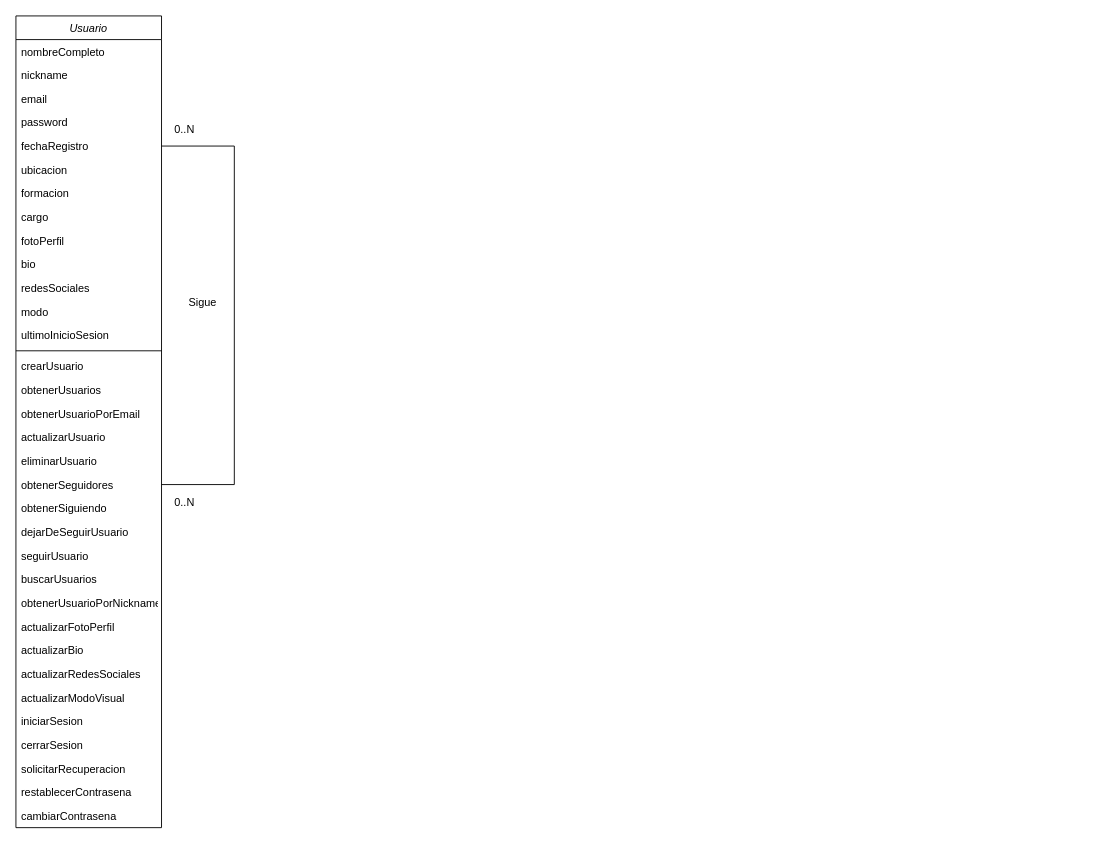
Above: backend/src/other/molamazogames.drawio in AntonioMasM/MoLaMaZoGAMES (draw.io), before the change. Source tidied: cells renumbered, new cells numbered last; positions are measured from the earlier drawing's top-left corner, leaving out a move shared by most shapes. Both pictures are drawn from the tidied source at 91%, with x=0, y=0 at pixel (15, 15).
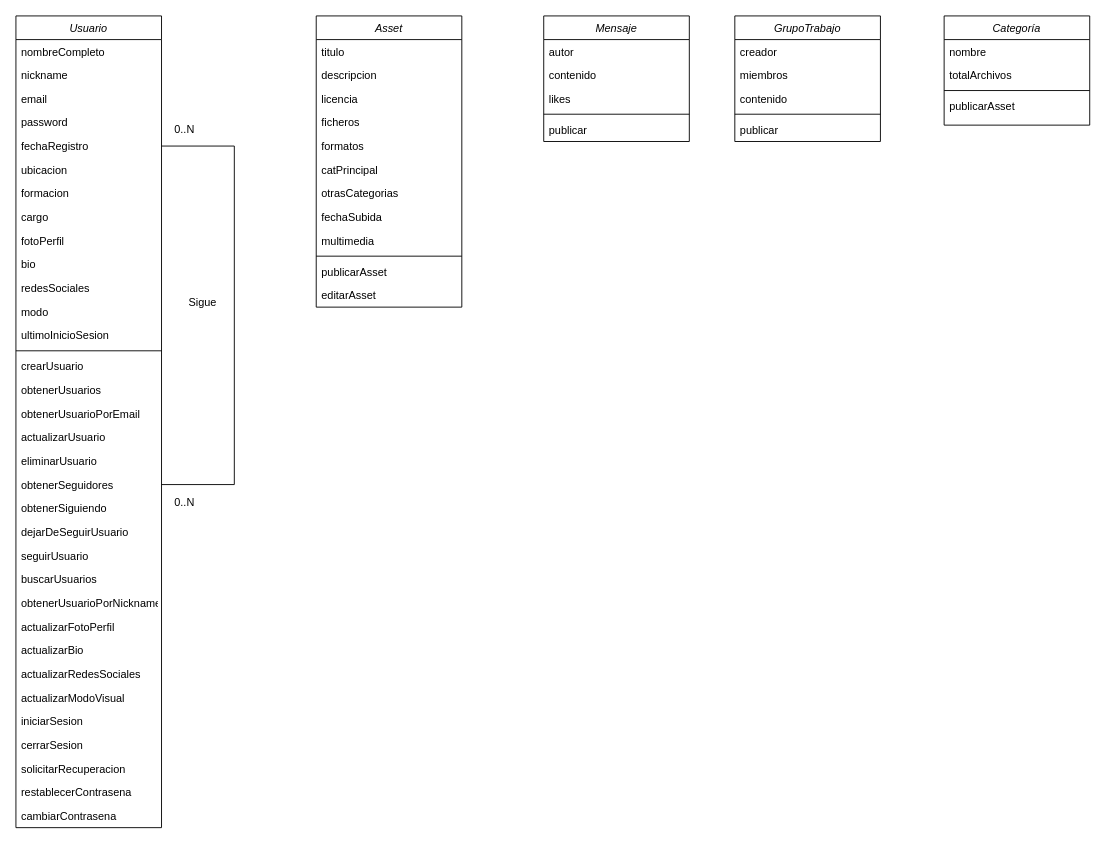
Above is the later version.

The edit, as a diff of the source:
```diff
@@
+    <mxCell id="41" value="Asset" style="swimlane;fontStyle=2;align=center;verticalAlign=top;horizontal=1;startSize=26;rounded=0;shadow=0;strokeWidth=1;swimlaneLine=1;glass=0;gradientColor=none;" parent="1" vertex="1">
+      <mxGeometry x="330" width="160" height="320" as="geometry" />
+    </mxCell>
+    <mxCell id="42" value="titulo" style="text;align=left;verticalAlign=top;spacingLeft=4;spacingRight=4;overflow=hidden;" parent="41" vertex="1">
+      <mxGeometry y="26" width="160" height="26" as="geometry" />
+    </mxCell>
+    <mxCell id="43" value="descripcion" style="text;align=left;verticalAlign=top;spacingLeft=4;spacingRight=4;overflow=hidden;" parent="41" vertex="1">
+      <mxGeometry y="52" width="160" height="26" as="geometry" />
+    </mxCell>
+    <mxCell id="44" value="licencia" style="text;align=left;verticalAlign=top;spacingLeft=4;spacingRight=4;overflow=hidden;" parent="41" vertex="1">
+      <mxGeometry y="78" width="160" height="26" as="geometry" />
+    </mxCell>
+    <mxCell id="45" value="ficheros" style="text;align=left;verticalAlign=top;spacingLeft=4;spacingRight=4;overflow=hidden;" parent="41" vertex="1">
+      <mxGeometry y="104" width="160" height="26" as="geometry" />
+    </mxCell>
+    <mxCell id="46" value="formatos" style="text;align=left;verticalAlign=top;spacingLeft=4;spacingRight=4;overflow=hidden;" parent="41" vertex="1">
+      <mxGeometry y="130" width="160" height="26" as="geometry" />
+    </mxCell>
+    <mxCell id="47" value="catPrincipal" style="text;align=left;verticalAlign=top;spacingLeft=4;spacingRight=4;overflow=hidden;" parent="41" vertex="1">
+      <mxGeometry y="156" width="160" height="26" as="geometry" />
+    </mxCell>
+    <mxCell id="48" value="otrasCategorias" style="text;align=left;verticalAlign=top;spacingLeft=4;spacingRight=4;overflow=hidden;" parent="41" vertex="1">
+      <mxGeometry y="182" width="160" height="26" as="geometry" />
+    </mxCell>
+    <mxCell id="49" value="fechaSubida" style="text;align=left;verticalAlign=top;spacingLeft=4;spacingRight=4;overflow=hidden;" parent="41" vertex="1">
+      <mxGeometry y="208" width="160" height="26" as="geometry" />
+    </mxCell>
+    <mxCell id="50" value="multimedia" style="text;align=left;verticalAlign=top;spacingLeft=4;spacingRight=4;overflow=hidden;" parent="41" vertex="1">
+      <mxGeometry y="234" width="160" height="26" as="geometry" />
+    </mxCell>
+    <mxCell id="51" style="line;html=1;strokeWidth=1;align=left;verticalAlign=middle;spacingTop=-1;spacingLeft=3;spacingRight=3;labelPosition=right;" parent="41" vertex="1">
+      <mxGeometry y="260" width="160" height="8" as="geometry" />
+    </mxCell>
+    <mxCell id="52" value="publicarAsset" style="text;align=left;verticalAlign=top;spacingLeft=4;spacingRight=4;overflow=hidden;" parent="41" vertex="1">
+      <mxGeometry y="268" width="160" height="26" as="geometry" />
+    </mxCell>
+    <mxCell id="53" value="editarAsset" style="text;align=left;verticalAlign=top;spacingLeft=4;spacingRight=4;overflow=hidden;" parent="41" vertex="1">
+      <mxGeometry y="294" width="160" height="26" as="geometry" />
+    </mxCell>
+    <mxCell id="54" value="Categoría" style="swimlane;fontStyle=2;align=center;verticalAlign=top;horizontal=1;startSize=26;rounded=0;shadow=0;strokeWidth=1;swimlaneLine=1;glass=0;gradientColor=none;" parent="1" vertex="1">
+      <mxGeometry x="1020" width="160" height="120" as="geometry" />
+    </mxCell>
+    <mxCell id="55" value="nombre" style="text;align=left;verticalAlign=top;spacingLeft=4;spacingRight=4;overflow=hidden;" parent="54" vertex="1">
+      <mxGeometry y="26" width="160" height="26" as="geometry" />
+    </mxCell>
+    <mxCell id="56" value="totalArchivos" style="text;align=left;verticalAlign=top;spacingLeft=4;spacingRight=4;overflow=hidden;" parent="54" vertex="1">
+      <mxGeometry y="52" width="160" height="26" as="geometry" />
+    </mxCell>
+    <mxCell id="57" style="line;html=1;strokeWidth=1;align=left;verticalAlign=middle;spacingTop=-1;spacingLeft=3;spacingRight=3;labelPosition=right;" parent="54" vertex="1">
+      <mxGeometry y="78" width="160" height="8" as="geometry" />
+    </mxCell>
+    <mxCell id="58" value="publicarAsset" style="text;align=left;verticalAlign=top;spacingLeft=4;spacingRight=4;overflow=hidden;" parent="54" vertex="1">
+      <mxGeometry y="86" width="160" height="26" as="geometry" />
+    </mxCell>
+    <mxCell id="59" value="Mensaje" style="swimlane;fontStyle=2;align=center;verticalAlign=top;horizontal=1;startSize=26;rounded=0;shadow=0;strokeWidth=1;swimlaneLine=1;glass=0;gradientColor=none;" parent="1" vertex="1">
+      <mxGeometry x="580" width="160" height="138" as="geometry" />
+    </mxCell>
+    <mxCell id="60" value="autor" style="text;align=left;verticalAlign=top;spacingLeft=4;spacingRight=4;overflow=hidden;" parent="59" vertex="1">
+      <mxGeometry y="26" width="160" height="26" as="geometry" />
+    </mxCell>
+    <mxCell id="61" value="contenido" style="text;align=left;verticalAlign=top;spacingLeft=4;spacingRight=4;overflow=hidden;" parent="59" vertex="1">
+      <mxGeometry y="52" width="160" height="26" as="geometry" />
+    </mxCell>
+    <mxCell id="62" value="likes" style="text;align=left;verticalAlign=top;spacingLeft=4;spacingRight=4;overflow=hidden;" parent="59" vertex="1">
+      <mxGeometry y="78" width="160" height="26" as="geometry" />
+    </mxCell>
+    <mxCell id="63" style="line;html=1;strokeWidth=1;align=left;verticalAlign=middle;spacingTop=-1;spacingLeft=3;spacingRight=3;labelPosition=right;" parent="59" vertex="1">
+      <mxGeometry y="104" width="160" height="8" as="geometry" />
+    </mxCell>
+    <mxCell id="64" value="publicar" style="text;align=left;verticalAlign=top;spacingLeft=4;spacingRight=4;overflow=hidden;" parent="59" vertex="1">
+      <mxGeometry y="112" width="160" height="26" as="geometry" />
+    </mxCell>
+    <mxCell id="65" value="GrupoTrabajo" style="swimlane;fontStyle=2;align=center;verticalAlign=top;horizontal=1;startSize=26;rounded=0;shadow=0;strokeWidth=1;swimlaneLine=1;glass=0;gradientColor=none;" parent="1" vertex="1">
+      <mxGeometry x="790" width="160" height="138" as="geometry" />
+    </mxCell>
+    <mxCell id="66" value="creador" style="text;align=left;verticalAlign=top;spacingLeft=4;spacingRight=4;overflow=hidden;" parent="65" vertex="1">
+      <mxGeometry y="26" width="160" height="26" as="geometry" />
+    </mxCell>
+    <mxCell id="67" value="miembros" style="text;align=left;verticalAlign=top;spacingLeft=4;spacingRight=4;overflow=hidden;" parent="65" vertex="1">
+      <mxGeometry y="52" width="160" height="26" as="geometry" />
+    </mxCell>
+    <mxCell id="68" value="contenido" style="text;align=left;verticalAlign=top;spacingLeft=4;spacingRight=4;overflow=hidden;" parent="65" vertex="1">
+      <mxGeometry y="78" width="160" height="26" as="geometry" />
+    </mxCell>
+    <mxCell id="69" style="line;html=1;strokeWidth=1;align=left;verticalAlign=middle;spacingTop=-1;spacingLeft=3;spacingRight=3;labelPosition=right;" parent="65" vertex="1">
+      <mxGeometry y="104" width="160" height="8" as="geometry" />
+    </mxCell>
+    <mxCell id="70" value="publicar" style="text;align=left;verticalAlign=top;spacingLeft=4;spacingRight=4;overflow=hidden;" parent="65" vertex="1">
+      <mxGeometry y="112" width="160" height="26" as="geometry" />
+    </mxCell>
```
